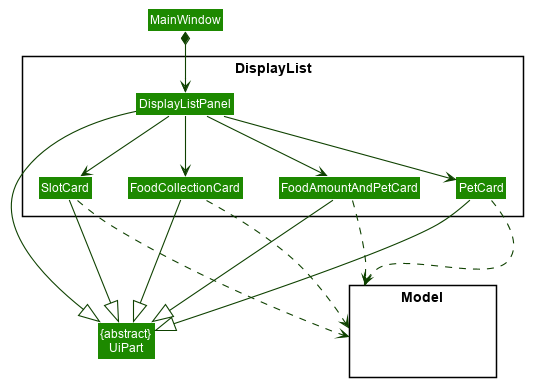
Above: images/dev-guide/UiDisplayListDiagram.png in AY1920S2-CS2103-W15-4/main (PlantUML), before the change.
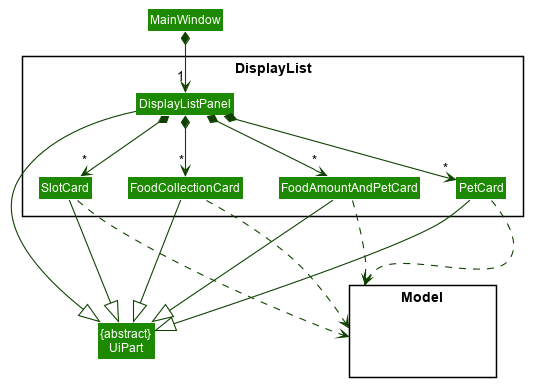
After the commit.

Change to the diagram source:
```diff
@@ -66,12 +66,12 @@
 Class HiddenModel #FFFFFF
 }
 
-MainWindow *--> DisplayListPanel
+MainWindow *--> "1" DisplayListPanel
 
-DisplayListPanel --> PetCard
-DisplayListPanel --> SlotCard
-DisplayListPanel --> FoodCollectionCard
-DisplayListPanel --> FoodAmountAndPetCard
+DisplayListPanel *--> "*" PetCard
+DisplayListPanel *--> "*" SlotCard
+DisplayListPanel *--> "*" FoodCollectionCard
+DisplayListPanel *--> "*" FoodAmountAndPetCard
 
 PetCard ---|> UiPart
 SlotCard --|> UiPart
```
